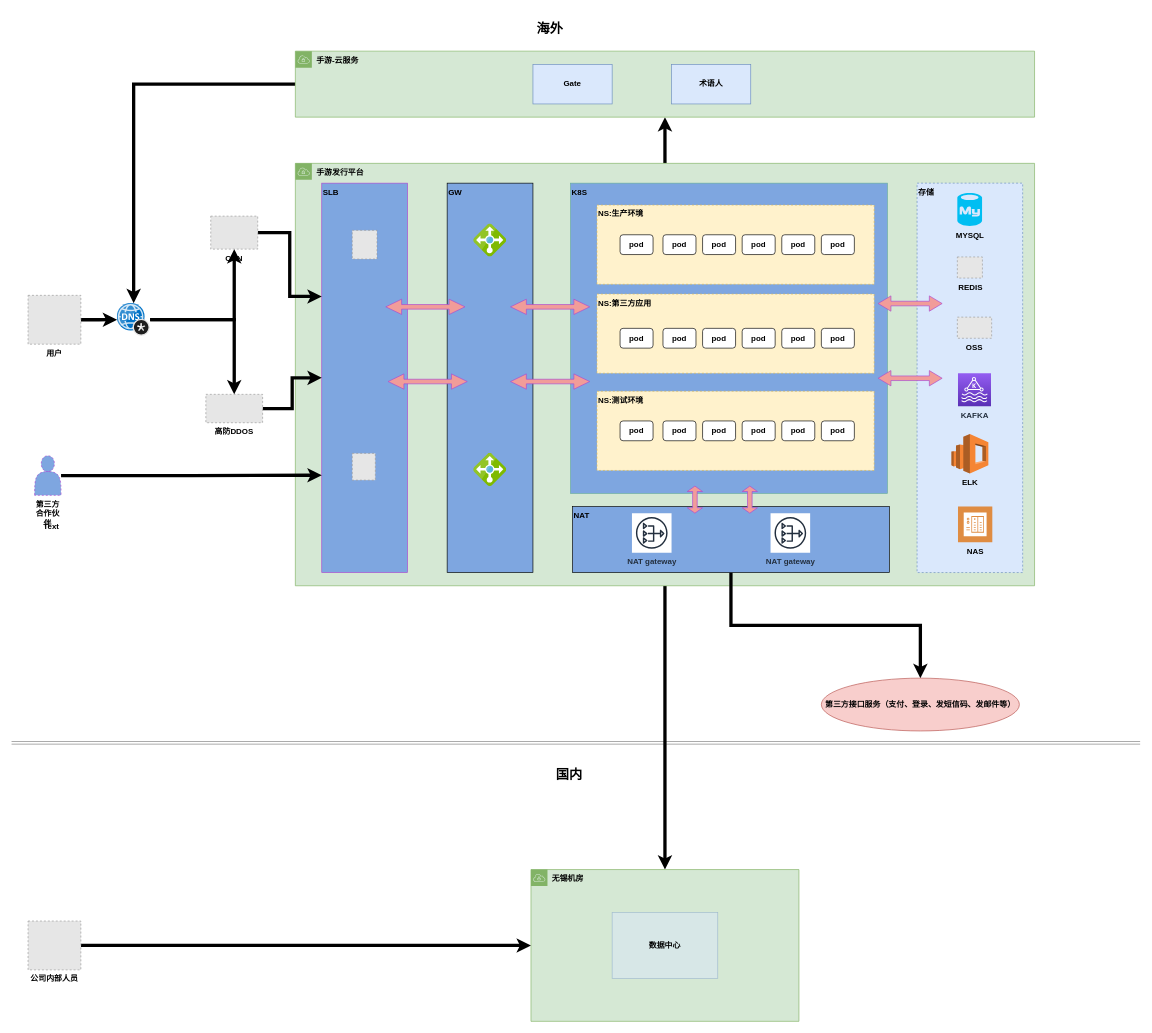
Before: 未命名绘图.drawio in shijianhui/ops_doc, a draw.io diagram. Source tidied: cells renumbered, new cells numbered last; positions are measured from the earlier drawing's top-left corner, leaving out a move shared by most shapes. Both pictures are drawn from the tidied source at 66%, with x=0, y=0 at pixel (11, 11). Pictures stored in the file or linked from it are replaced by grey dashed boxes.
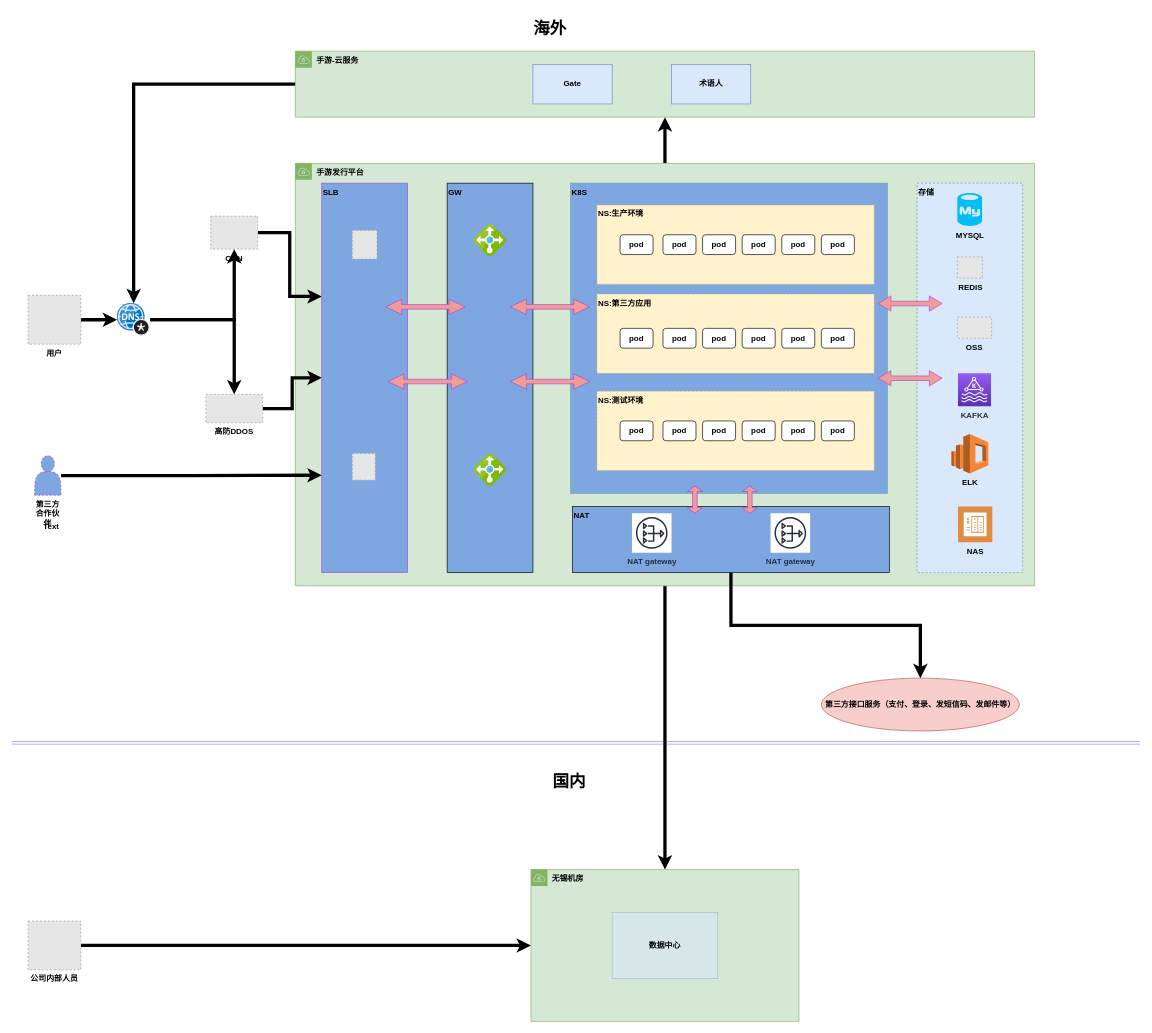
The same page after the edit.

Commit message (it also covers changes not shown here):
Update 未命名绘图.drawio

The edit, as a diff of the source:
```diff
@@
-    <mxCell id="64" value="海外" style="whiteSpace=wrap;html=1;gradientColor=none;align=center;fontStyle=1;strokeColor=none;fillColor=none;fontSize=20;" parent="1" vertex="1">
+    <mxCell id="64" value="&lt;font style=&quot;font-size: 25px&quot;&gt;海外&lt;/font&gt;" style="whiteSpace=wrap;html=1;gradientColor=none;align=center;fontStyle=1;strokeColor=none;fillColor=none;fontSize=20;" parent="1" vertex="1">
       <mxGeometry x="41" width="1550" height="50" as="geometry" />
     </mxCell>
@@
-    <mxCell id="73" style="shape=link;html=1;opacity=50;fontStyle=1;" parent="1" edge="1">
+    <mxCell id="73" style="shape=link;html=1;opacity=50;fontStyle=1;fontColor=#FF6666;fillColor=#6a00ff;strokeColor=#3700CC;labelBackgroundColor=#99FFCC;" parent="1" edge="1">
       <mxGeometry relative="1" as="geometry">
         <mxPoint y="1108" as="sourcePoint" />
         <mxPoint x="1710" y="1108" as="targetPoint" />
       </mxGeometry>
     </mxCell>
+    <mxCell id="75" value="Text" style="text;html=1;align=center;verticalAlign=middle;fontStyle=1;" parent="1" vertex="1">
+      <mxGeometry x="40" y="770" width="40" height="20" as="geometry" />
+    </mxCell>
-    <mxCell id="74" value="国内" style="whiteSpace=wrap;html=1;gradientColor=none;align=center;fontStyle=1;strokeColor=none;fillColor=none;fontSize=20;" parent="1" vertex="1">
-      <mxGeometry x="70" y="1130" width="1550" height="50" as="geometry" />
+    <mxCell id="74" value="&lt;font style=&quot;font-size: 25px&quot;&gt;国内&lt;/font&gt;" style="whiteSpace=wrap;html=1;gradientColor=none;align=center;fontStyle=1;strokeColor=none;fillColor=none;fontSize=20;" parent="1" vertex="1">
+      <mxGeometry x="70" y="1140" width="1550" height="50" as="geometry" />
     </mxCell>
-    <mxCell id="75" value="Text" style="text;html=1;align=center;verticalAlign=middle;fontStyle=1;" parent="1" vertex="1">
-      <mxGeometry x="40" y="770" width="40" height="20" as="geometry" />
-    </mxCell>
```
